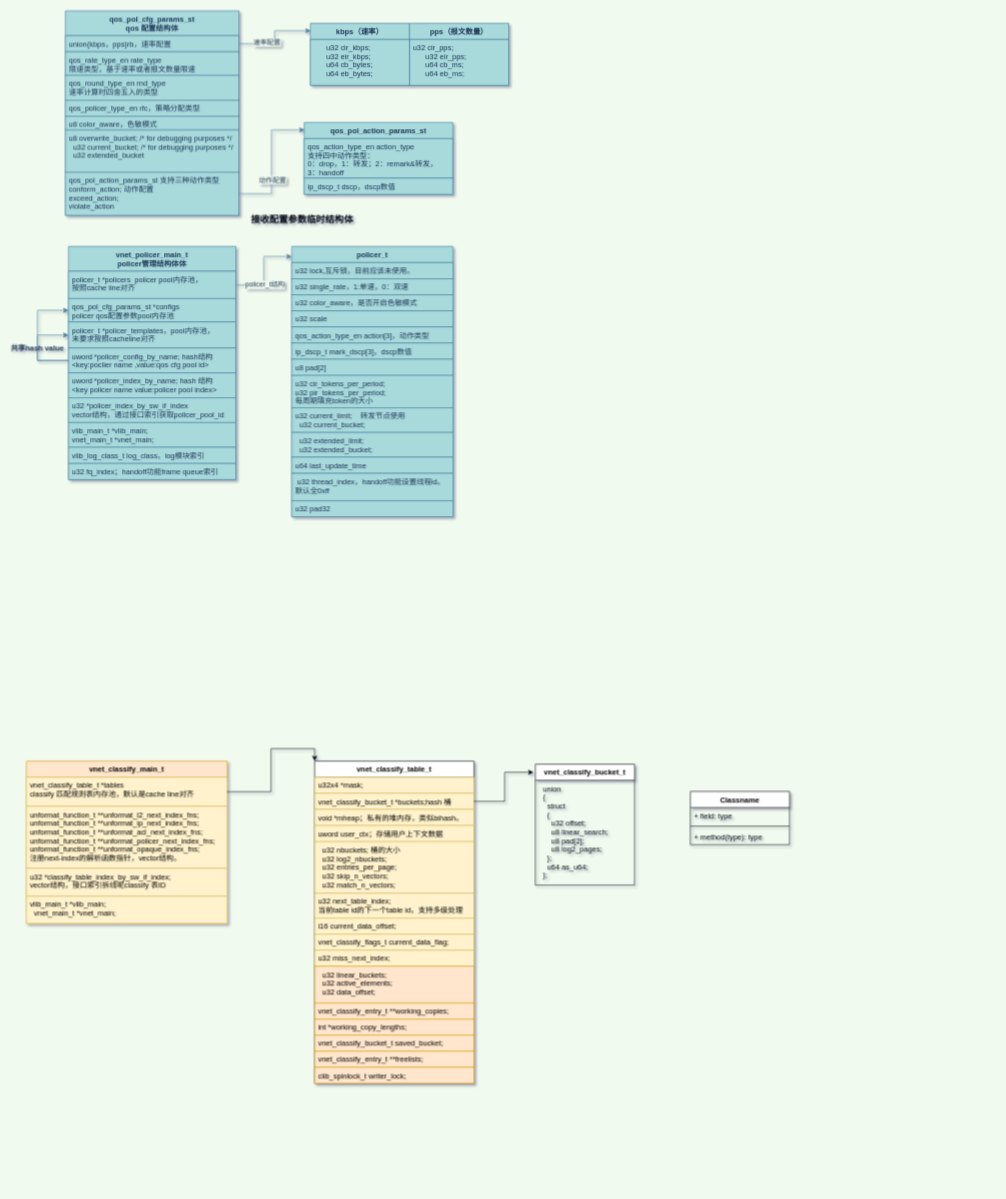
Above: new_map/vpp policer.drawio in jin13417/dpdk-vpp-learning (draw.io), before the change. Source tidied: cells renumbered, new cells numbered last; positions are measured from the earlier drawing's top-left corner, leaving out a move shared by most shapes. Both pictures are drawn from the tidied source at 62%, with x=0, y=0 at pixel (12, 11).
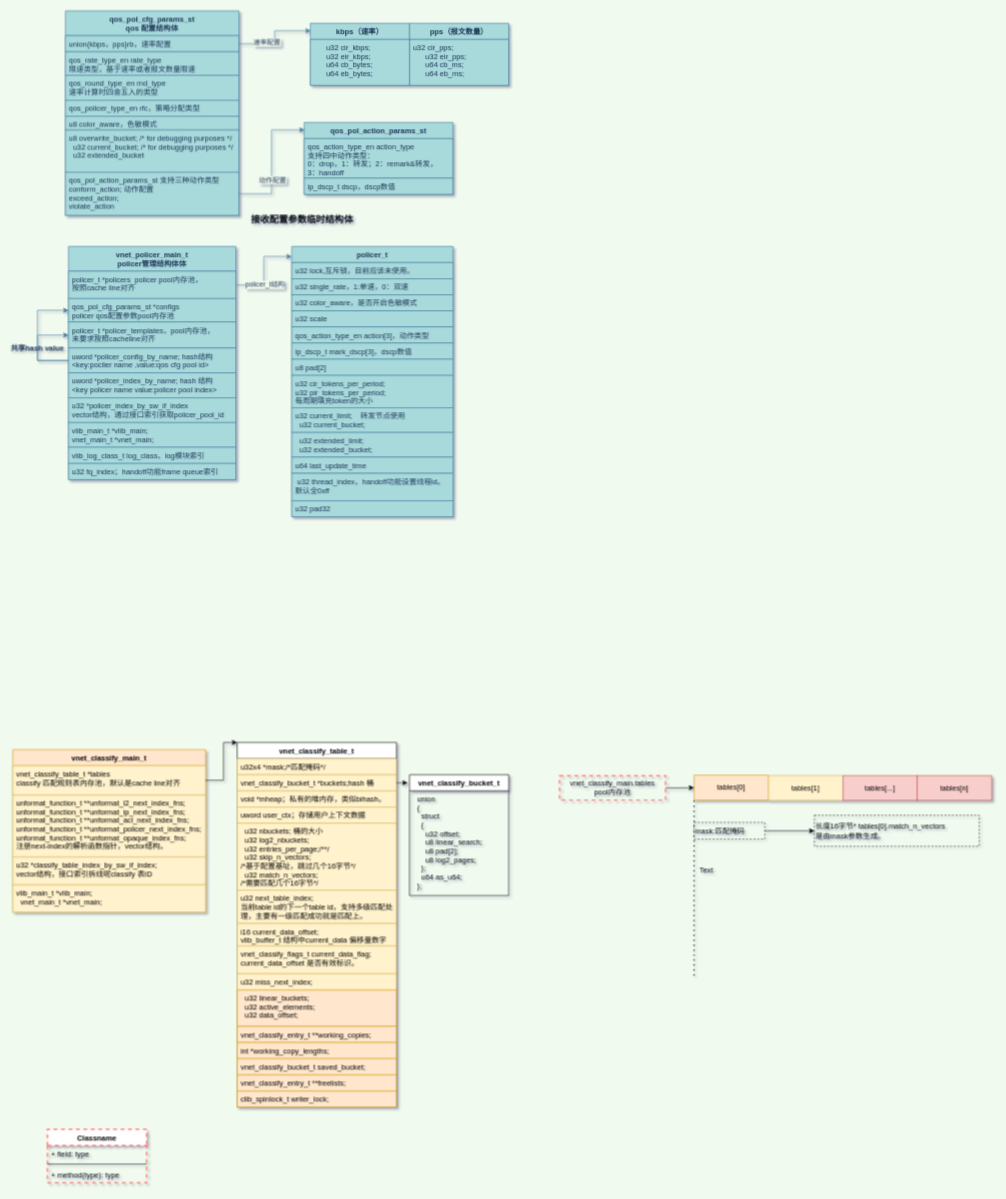
After the change.

Unchanged cells that the change refers to:
```xml
<mxCell id="58" value="vnet_classify_bucket_t *buckets;hash 桶" style="text;fillColor=#fff2cc;align=left;verticalAlign=top;spacingLeft=4;spacingRight=4;overflow=hidden;points=[[0,0.5],[1,0.5]];portConstraint=eastwest;strokeColor=#d6b656;" parent="56" vertex="1">
  <mxGeometry y="52" width="257" height="26" as="geometry" />
</mxCell>
```

Change to the diagram source:
```diff
@@
     <mxCell id="51" value="vnet_classify_main_t" style="swimlane;fontStyle=1;align=center;verticalAlign=top;horizontal=1;startSize=26;fillColor=#ffe6cc;strokeColor=#d79b00;" parent="1" vertex="1">
-      <mxGeometry x="22" y="1210" width="324" height="262" as="geometry" />
+      <mxGeometry y="1191.5" width="311" height="262" as="geometry" />
     </mxCell>
     <mxCell id="52" value="vnet_classify_table_t *tables&#10;classify 匹配规则表内存池，默认是cache line对齐" style="text;strokeColor=#d6b656;fillColor=#fff2cc;align=left;verticalAlign=top;spacingLeft=4;spacingRight=4;overflow=hidden;points=[[0,0.5],[1,0.5]];portConstraint=eastwest;" parent="51" vertex="1">
-      <mxGeometry y="26" width="324" height="47" as="geometry" />
+      <mxGeometry y="26" width="311" height="47" as="geometry" />
     </mxCell>
     <mxCell id="53" value="unformat_function_t **unformat_l2_next_index_fns;&#10;unformat_function_t **unformat_ip_next_index_fns;&#10;unformat_function_t **unformat_acl_next_index_fns;&#10;unformat_function_t **unformat_policer_next_index_fns;&#10;unformat_function_t **unformat_opaque_index_fns;&#10;注册next-index的解析函数指针，vector结构。" style="text;fillColor=#fff2cc;align=left;verticalAlign=top;spacingLeft=4;spacingRight=4;overflow=hidden;strokeColor=#d6b656;" parent="51" vertex="1">
-      <mxGeometry y="73" width="324" height="100" as="geometry" />
+      <mxGeometry y="73" width="311" height="100" as="geometry" />
     </mxCell>
     <mxCell id="54" value="u32 *classify_table_index_by_sw_if_index; &#10;vector结构，接口索引拆线呢classify 表ID" style="text;fillColor=#fff2cc;align=left;verticalAlign=top;spacingLeft=4;spacingRight=4;overflow=hidden;strokeColor=#d6b656;" parent="51" vertex="1">
-      <mxGeometry y="173" width="324" height="45" as="geometry" />
+      <mxGeometry y="173" width="311" height="45" as="geometry" />
     </mxCell>
     <mxCell id="55" value="vlib_main_t *vlib_main;&#10;  vnet_main_t *vnet_main;" style="text;fillColor=#fff2cc;align=left;verticalAlign=top;spacingLeft=4;spacingRight=4;overflow=hidden;strokeColor=#d6b656;" parent="51" vertex="1">
-      <mxGeometry y="218" width="324" height="44" as="geometry" />
+      <mxGeometry y="218" width="311" height="44" as="geometry" />
     </mxCell>
     <mxCell id="56" value="vnet_classify_table_t" style="swimlane;fontStyle=1;align=center;verticalAlign=top;horizontal=1;startSize=26;strokeColor=#000000;" parent="1" vertex="1">
-      <mxGeometry x="487" y="1210" width="257" height="520" as="geometry" />
+      <mxGeometry x="362" y="1180" width="257" height="588" as="geometry" />
     </mxCell>
-    <mxCell id="57" value="u32x4 *mask;" style="text;strokeColor=#d6b656;fillColor=#fff2cc;align=left;verticalAlign=top;spacingLeft=4;spacingRight=4;overflow=hidden;" parent="56" vertex="1">
+    <mxCell id="57" value="u32x4 *mask;/*匹配掩码*/" style="text;strokeColor=#d6b656;fillColor=#fff2cc;align=left;verticalAlign=top;spacingLeft=4;spacingRight=4;overflow=hidden;" parent="56" vertex="1">
       <mxGeometry y="26" width="257" height="26" as="geometry" />
     </mxCell>
@@
-    <mxCell id="61" value="  u32 nbuckets; 桶的大小&#10;  u32 log2_nbuckets;&#10;  u32 entries_per_page;&#10;  u32 skip_n_vectors;&#10;  u32 match_n_vectors;" style="text;fillColor=#fff2cc;align=left;verticalAlign=top;spacingLeft=4;spacingRight=4;overflow=hidden;strokeColor=#d6b656;" parent="56" vertex="1">
-      <mxGeometry y="130" width="257" height="83" as="geometry" />
+    <mxCell id="61" value="  u32 nbuckets; 桶的大小&#10;  u32 log2_nbuckets;&#10;  u32 entries_per_page;/**/&#10;  u32 skip_n_vectors; &#10;/*基于配置基址，跳过几个16字节*/&#10;  u32 match_n_vectors;&#10;/*需要匹配几个16字节*/" style="text;fillColor=#fff2cc;align=left;verticalAlign=top;spacingLeft=4;spacingRight=4;overflow=hidden;strokeColor=#d6b656;" parent="56" vertex="1">
+      <mxGeometry y="130" width="257" height="108" as="geometry" />
     </mxCell>
-    <mxCell id="62" value="u32 next_table_index;&#10;当前table id的下一个table id，支持多级处理&#10;" style="text;fillColor=#fff2cc;align=left;verticalAlign=top;spacingLeft=4;spacingRight=4;overflow=hidden;strokeColor=#d6b656;" parent="56" vertex="1">
-      <mxGeometry y="213" width="257" height="40" as="geometry" />
+    <mxCell id="62" value="u32 next_table_index;&#10;当前table id的下一个table id，支持多级匹配处&#10;理，主要有一级匹配成功就是匹配上。&#10;" style="text;fillColor=#fff2cc;align=left;verticalAlign=top;spacingLeft=4;spacingRight=4;overflow=hidden;strokeColor=#d6b656;" parent="56" vertex="1">
+      <mxGeometry y="238" width="257" height="54" as="geometry" />
     </mxCell>
-    <mxCell id="63" value="i16 current_data_offset;" style="text;fillColor=#fff2cc;align=left;verticalAlign=top;spacingLeft=4;spacingRight=4;overflow=hidden;strokeColor=#d6b656;" parent="56" vertex="1">
-      <mxGeometry y="253" width="257" height="26" as="geometry" />
+    <mxCell id="63" value="i16 current_data_offset;&#10;vlib_buffer_t 结构中current_data 偏移量数字" style="text;fillColor=#fff2cc;align=left;verticalAlign=top;spacingLeft=4;spacingRight=4;overflow=hidden;strokeColor=#d6b656;" parent="56" vertex="1">
+      <mxGeometry y="292" width="257" height="36" as="geometry" />
     </mxCell>
-    <mxCell id="64" value="vnet_classify_flags_t current_data_flag;" style="text;fillColor=#fff2cc;align=left;verticalAlign=top;spacingLeft=4;spacingRight=4;overflow=hidden;strokeColor=#d6b656;" parent="56" vertex="1">
-      <mxGeometry y="279" width="257" height="26" as="geometry" />
+    <mxCell id="64" value="vnet_classify_flags_t current_data_flag;&#10;current_data_offset 是否有效标识。&#10;" style="text;fillColor=#fff2cc;align=left;verticalAlign=top;spacingLeft=4;spacingRight=4;overflow=hidden;strokeColor=#d6b656;" parent="56" vertex="1">
+      <mxGeometry y="328" width="257" height="45" as="geometry" />
     </mxCell>
     <mxCell id="65" value="u32 miss_next_index;" style="text;fillColor=#fff2cc;align=left;verticalAlign=top;spacingLeft=4;spacingRight=4;overflow=hidden;strokeColor=#d6b656;" parent="56" vertex="1">
-      <mxGeometry y="305" width="257" height="26" as="geometry" />
+      <mxGeometry y="373" width="257" height="26" as="geometry" />
     </mxCell>
     <mxCell id="66" value="  u32 linear_buckets;&#10;  u32 active_elements;&#10;  u32 data_offset;" style="text;fillColor=#ffe6cc;align=left;verticalAlign=top;spacingLeft=4;spacingRight=4;overflow=hidden;strokeColor=#d79b00;" parent="56" vertex="1">
-      <mxGeometry y="331" width="257" height="59" as="geometry" />
+      <mxGeometry y="399" width="257" height="59" as="geometry" />
     </mxCell>
     <mxCell id="67" value="vnet_classify_entry_t **working_copies;" style="text;fillColor=#ffe6cc;align=left;verticalAlign=top;spacingLeft=4;spacingRight=4;overflow=hidden;strokeColor=#d79b00;" parent="56" vertex="1">
-      <mxGeometry y="390" width="257" height="26" as="geometry" />
+      <mxGeometry y="458" width="257" height="26" as="geometry" />
     </mxCell>
     <mxCell id="68" value="int *working_copy_lengths;" style="text;fillColor=#ffe6cc;align=left;verticalAlign=top;spacingLeft=4;spacingRight=4;overflow=hidden;strokeColor=#d79b00;" parent="56" vertex="1">
-      <mxGeometry y="416" width="257" height="26" as="geometry" />
+      <mxGeometry y="484" width="257" height="26" as="geometry" />
     </mxCell>
     <mxCell id="69" value="vnet_classify_bucket_t saved_bucket;" style="text;fillColor=#ffe6cc;align=left;verticalAlign=top;spacingLeft=4;spacingRight=4;overflow=hidden;strokeColor=#d79b00;" parent="56" vertex="1">
-      <mxGeometry y="442" width="257" height="26" as="geometry" />
+      <mxGeometry y="510" width="257" height="26" as="geometry" />
     </mxCell>
     <mxCell id="70" value="vnet_classify_entry_t **freelists;" style="text;fillColor=#ffe6cc;align=left;verticalAlign=top;spacingLeft=4;spacingRight=4;overflow=hidden;strokeColor=#d79b00;" parent="56" vertex="1">
-      <mxGeometry y="468" width="257" height="26" as="geometry" />
+      <mxGeometry y="536" width="257" height="26" as="geometry" />
     </mxCell>
     <mxCell id="71" value="clib_spinlock_t writer_lock;" style="text;fillColor=#ffe6cc;align=left;verticalAlign=top;spacingLeft=4;spacingRight=4;overflow=hidden;strokeColor=#d79b00;" parent="56" vertex="1">
-      <mxGeometry y="494" width="257" height="26" as="geometry" />
+      <mxGeometry y="562" width="257" height="26" as="geometry" />
     </mxCell>
     <mxCell id="72" style="edgeStyle=orthogonalEdgeStyle;rounded=0;jettySize=auto;html=1;exitX=1;exitY=0.5;exitDx=0;exitDy=0;entryX=0;entryY=0;entryDx=0;entryDy=0;" parent="1" edge="1" source="52" target="56">
-      <mxGeometry relative="1" as="geometry" />
+      <mxGeometry relative="1" as="geometry">
+        <Array as="points">
+          <mxPoint x="340" y="1241" />
+          <mxPoint x="340" y="1180" />
+        </Array>
+      </mxGeometry>
     </mxCell>
     <mxCell id="73" value="vnet_classify_bucket_t" style="swimlane;fontStyle=1;align=center;verticalAlign=top;horizontal=1;startSize=26;strokeColor=#000000;" parent="1" vertex="1">
-      <mxGeometry x="843" y="1215" width="160" height="195" as="geometry" />
+      <mxGeometry x="640" y="1232" width="160" height="195" as="geometry" />
     </mxCell>
@@
+    <mxCell id="79" style="edgeStyle=orthogonalEdgeStyle;rounded=0;jettySize=auto;html=1;exitX=1;exitY=0.5;exitDx=0;exitDy=0;entryX=-0.019;entryY=0.067;entryDx=0;entryDy=0;entryPerimeter=0;" parent="1" edge="1" source="58" target="73">
+      <mxGeometry relative="1" as="geometry" />
+    </mxCell>
+    <mxCell id="80" value="tables[0]" style="rounded=0;whiteSpace=wrap;html=1;strokeColor=#d79b00;fillColor=#ffe6cc;" parent="1" vertex="1">
+      <mxGeometry x="1099" y="1233" width="120" height="40" as="geometry" />
+    </mxCell>
+    <mxCell id="81" style="edgeStyle=orthogonalEdgeStyle;rounded=0;jettySize=auto;html=1;" parent="1" edge="1" source="82" target="80">
+      <mxGeometry relative="1" as="geometry" />
+    </mxCell>
+    <mxCell id="82" value="vnet_classify_main.tables&lt;br&gt;pool内存池" style="text;html=1;fillColor=none;align=center;verticalAlign=middle;whiteSpace=wrap;rounded=0;dashed=1;strokeWidth=2;strokeColor=#FF6666;" parent="1" vertex="1">
+      <mxGeometry x="882" y="1233.5" width="171" height="39.5" as="geometry" />
+    </mxCell>
+    <mxCell id="83" value="&lt;span&gt;tables[1]&lt;/span&gt;" style="rounded=0;whiteSpace=wrap;html=1;strokeColor=#d6b656;fillColor=#fff2cc;" parent="1" vertex="1">
+      <mxGeometry x="1219" y="1233.5" width="120" height="40" as="geometry" />
+    </mxCell>
+    <mxCell id="84" value="&lt;span&gt;tables[...]&lt;/span&gt;" style="rounded=0;whiteSpace=wrap;html=1;strokeColor=#b85450;fillColor=#f8cecc;" parent="1" vertex="1">
+      <mxGeometry x="1339" y="1233.5" width="120" height="40" as="geometry" />
+    </mxCell>
+    <mxCell id="85" value="&lt;span&gt;tables[n]&lt;/span&gt;" style="rounded=0;whiteSpace=wrap;html=1;strokeColor=#b85450;fillColor=#f8cecc;" parent="1" vertex="1">
+      <mxGeometry x="1459" y="1233.5" width="120" height="40" as="geometry" />
+    </mxCell>
+    <mxCell id="86" style="edgeStyle=orthogonalEdgeStyle;rounded=0;jettySize=auto;html=1;" parent="1" edge="1" source="87" target="88">
+      <mxGeometry relative="1" as="geometry" />
+    </mxCell>
+    <mxCell id="87" value="mask:匹配掩码" style="text;html=1;fillColor=none;align=left;verticalAlign=middle;whiteSpace=wrap;rounded=0;dashed=1;strokeColor=#000000;" parent="1" vertex="1">
+      <mxGeometry x="1099" y="1309" width="114" height="27" as="geometry" />
+    </mxCell>
+    <mxCell id="88" value="长度16字节* tables[0].&lt;span&gt;match_n_vectors&lt;br&gt;是由mask参数生成。&lt;br&gt;&lt;/span&gt;" style="text;html=1;fillColor=none;align=left;verticalAlign=middle;whiteSpace=wrap;rounded=0;dashed=1;strokeColor=#000000;" parent="1" vertex="1">
+      <mxGeometry x="1293" y="1297.5" width="266" height="50" as="geometry" />
+    </mxCell>
+    <mxCell id="89" style="endArrow=none;dashed=1;html=1;dashPattern=1 3;strokeWidth=2;entryX=0;entryY=0.95;entryDx=0;entryDy=0;entryPerimeter=0;" parent="1" edge="1" target="80">
+      <mxGeometry relative="1" as="geometry">
+        <mxPoint x="1099" y="1556" as="sourcePoint" />
+      </mxGeometry>
+    </mxCell>
+    <mxCell id="90" value="Text" style="text;html=1;strokeColor=none;fillColor=none;align=center;verticalAlign=middle;whiteSpace=wrap;rounded=0;dashed=1;" parent="1" vertex="1">
+      <mxGeometry x="1099" y="1377" width="40" height="20" as="geometry" />
+    </mxCell>
-    <mxCell id="75" value="Classname" style="swimlane;fontStyle=1;align=center;verticalAlign=top;horizontal=1;startSize=26;strokeColor=#000000;" parent="1" vertex="1">
-      <mxGeometry x="1093" y="1259" width="160" height="86" as="geometry" />
+    <mxCell id="75" value="Classname" style="swimlane;fontStyle=1;align=center;verticalAlign=top;horizontal=1;startSize=26;dashed=1;strokeColor=#FF6666;strokeWidth=2;" parent="1" vertex="1">
+      <mxGeometry x="56" y="1804" width="160" height="86" as="geometry" />
     </mxCell>
@@
-    <mxCell id="79" style="edgeStyle=orthogonalEdgeStyle;rounded=0;jettySize=auto;html=1;exitX=1;exitY=0.5;exitDx=0;exitDy=0;entryX=-0.019;entryY=0.067;entryDx=0;entryDy=0;entryPerimeter=0;" parent="1" edge="1" source="58" target="73">
-      <mxGeometry relative="1" as="geometry" />
-    </mxCell>
```
